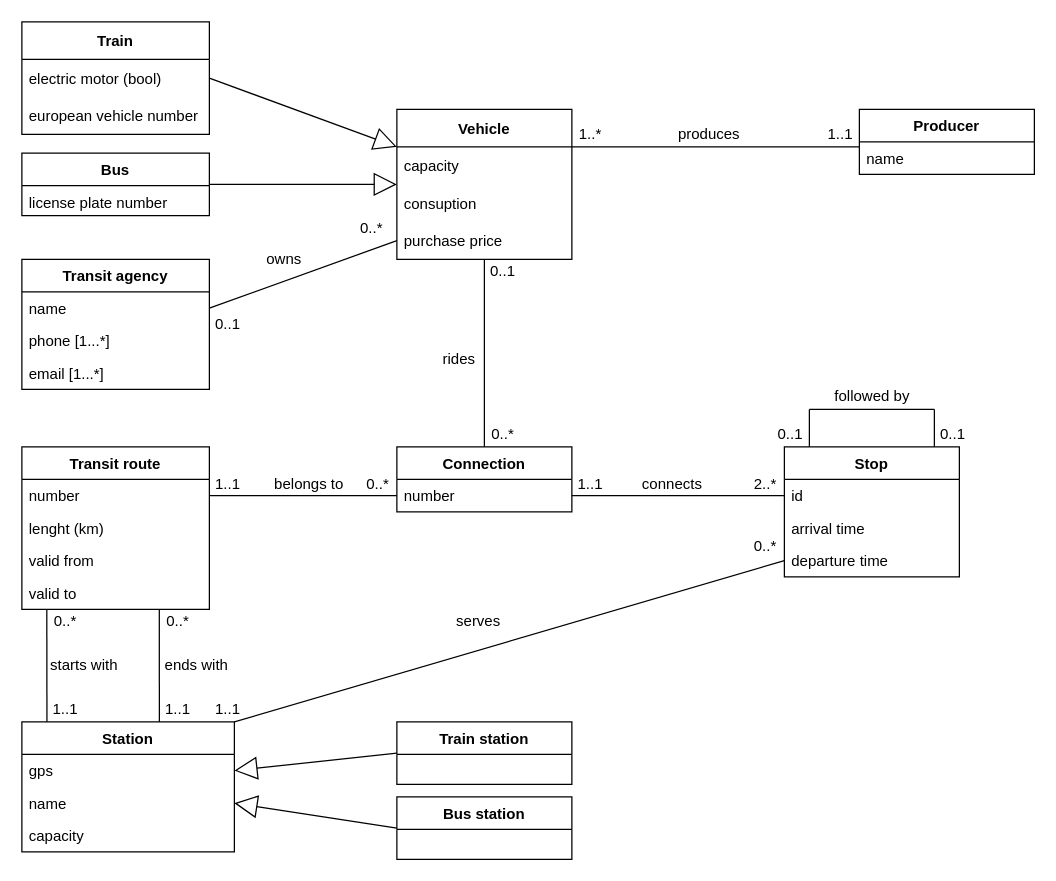
This is 1/domain.drawio from zhukovdm/T1G4, a draw.io file, before an edit. Source tidied: cells renumbered, new cells numbered last; positions are measured from the earlier drawing's top-left corner, leaving out a move shared by most shapes. Both pictures are drawn from the tidied source at 125%, with x=0, y=0 at pixel (21, 21).
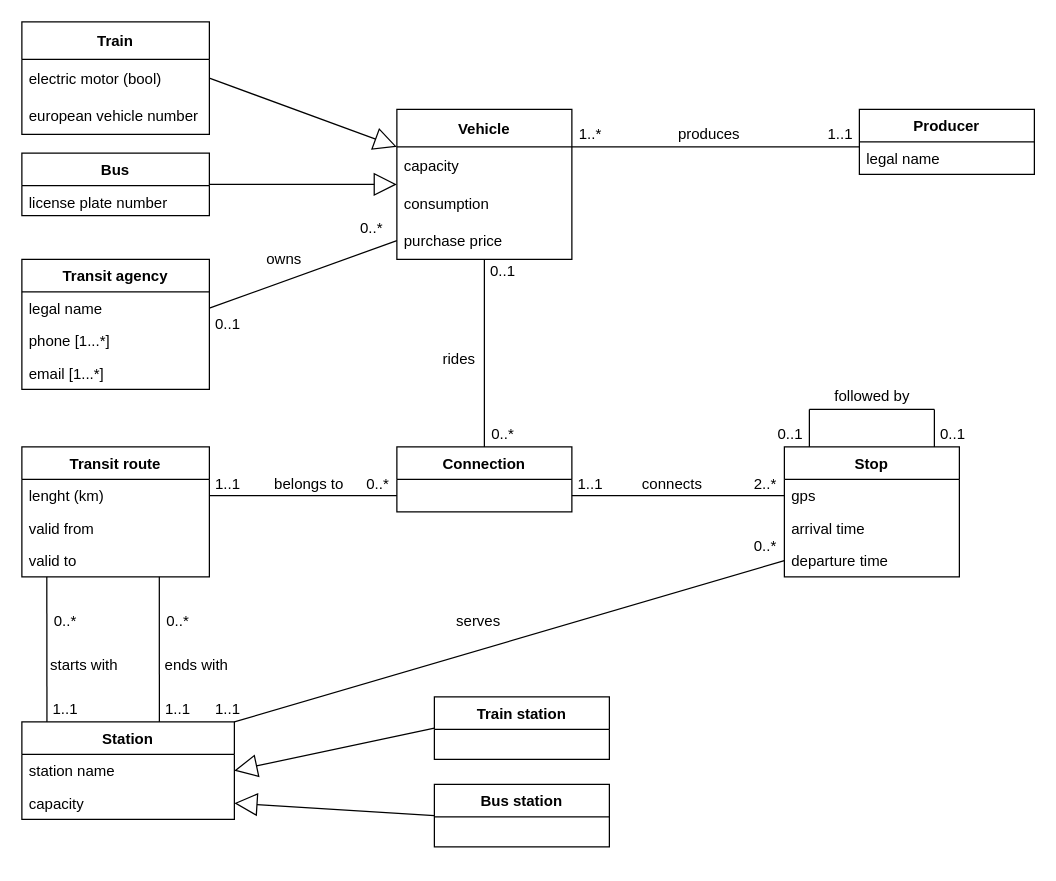
Above is the later version.

Commit message (it also covers changes not shown here):
hw1 updated diagram, ver. 01

Unchanged cells that the change refers to:
```xml
<mxCell id="2" value="Vehicle" style="swimlane;fontStyle=1;horizontal=1;startSize=30;" parent="1" vertex="1">
  <mxGeometry x="300" y="70" width="140" height="120" as="geometry" />
</mxCell>
<mxCell id="13" value="Producer" style="swimlane;fontStyle=1;horizontal=1;startSize=26;fillColor=none;" parent="1" vertex="1">
  <mxGeometry x="670" y="70" width="140" height="52" as="geometry" />
</mxCell>
<mxCell id="16" value="Transit agency" style="swimlane;fontStyle=1;horizontal=1;startSize=26;fillColor=none;" parent="1" vertex="1">
  <mxGeometry y="190" width="150" height="104" as="geometry" />
</mxCell>
<mxCell id="21" value="Connection" style="swimlane;fontStyle=1;horizontal=1;startSize=26;fillColor=none;" parent="1" vertex="1">
  <mxGeometry x="300" y="340" width="140" height="52" as="geometry" />
</mxCell>
<mxCell id="30" value="Stop" style="swimlane;fontStyle=1;horizontal=1;startSize=26;fillColor=none;" parent="1" vertex="1">
  <mxGeometry x="610" y="340" width="140" height="104" as="geometry" />
</mxCell>
```

Change to the diagram source:
```diff
@@
-    <mxCell id="4" value="consuption" style="text;strokeColor=none;fillColor=none;align=left;verticalAlign=middle;spacingLeft=4;spacingRight=4;overflow=hidden;points=[[0,0.5],[1,0.5]];portConstraint=eastwest;" parent="2" vertex="1">
+    <mxCell id="4" value="consumption" style="text;strokeColor=none;fillColor=none;align=left;verticalAlign=middle;spacingLeft=4;spacingRight=4;overflow=hidden;points=[[0,0.5],[1,0.5]];portConstraint=eastwest;" parent="2" vertex="1">
       <mxGeometry y="60" width="140" height="30" as="geometry" />
     </mxCell>
@@
-    <mxCell id="14" value="name" style="text;strokeColor=none;fillColor=none;align=left;verticalAlign=top;spacingLeft=4;spacingRight=4;overflow=hidden;" parent="13" vertex="1">
+    <mxCell id="14" value="legal name" style="text;strokeColor=none;fillColor=none;align=left;verticalAlign=top;spacingLeft=4;spacingRight=4;overflow=hidden;" parent="13" vertex="1">
       <mxGeometry y="26" width="140" height="26" as="geometry" />
     </mxCell>
@@
-    <mxCell id="17" value="name" style="text;strokeColor=none;fillColor=none;align=left;verticalAlign=top;spacingLeft=4;spacingRight=4;overflow=hidden;points=[[0,0.5],[1,0.5]];portConstraint=eastwest;" parent="16" vertex="1">
+    <mxCell id="17" value="legal name" style="text;strokeColor=none;fillColor=none;align=left;verticalAlign=top;spacingLeft=4;spacingRight=4;overflow=hidden;points=[[0,0.5],[1,0.5]];portConstraint=eastwest;" parent="16" vertex="1">
       <mxGeometry y="26" width="150" height="26" as="geometry" />
     </mxCell>
@@
-    <mxCell id="22" value="number" style="text;strokeColor=none;fillColor=none;align=left;verticalAlign=top;spacingLeft=4;spacingRight=4;overflow=hidden;points=[[0,0.5],[1,0.5]];portConstraint=eastwest;" parent="21" vertex="1">
-      <mxGeometry y="26" width="140" height="26" as="geometry" />
-    </mxCell>
@@
     <mxCell id="24" value="Transit route" style="swimlane;fontStyle=1;horizontal=1;startSize=26;fillColor=none;" parent="1" vertex="1">
-      <mxGeometry y="340" width="150" height="130" as="geometry" />
+      <mxGeometry y="340" width="150" height="104" as="geometry" />
     </mxCell>
-    <mxCell id="25" value="number" style="text;strokeColor=none;fillColor=none;align=left;verticalAlign=top;spacingLeft=4;spacingRight=4;overflow=hidden;points=[[0,0.5],[1,0.5]];portConstraint=eastwest;" parent="24" vertex="1">
-      <mxGeometry y="26" width="150" height="26" as="geometry" />
-    </mxCell>
     <mxCell id="26" value="lenght (km)" style="text;strokeColor=none;fillColor=none;align=left;verticalAlign=top;spacingLeft=4;spacingRight=4;overflow=hidden;" parent="24" vertex="1">
-      <mxGeometry y="52" width="150" height="26" as="geometry" />
+      <mxGeometry y="26" width="150" height="26" as="geometry" />
     </mxCell>
     <mxCell id="27" value="valid from" style="text;strokeColor=none;fillColor=none;align=left;verticalAlign=top;spacingLeft=4;spacingRight=4;overflow=hidden;" parent="24" vertex="1">
-      <mxGeometry y="78" width="150" height="26" as="geometry" />
+      <mxGeometry y="52" width="150" height="26" as="geometry" />
     </mxCell>
     <mxCell id="28" value="valid to" style="text;strokeColor=none;fillColor=none;align=left;verticalAlign=top;spacingLeft=4;spacingRight=4;overflow=hidden;points=[[0,0.5],[1,0.5]];portConstraint=eastwest;" parent="24" vertex="1">
-      <mxGeometry y="104" width="150" height="26" as="geometry" />
+      <mxGeometry y="78" width="150" height="26" as="geometry" />
     </mxCell>
-    <mxCell id="29" style="endArrow=none;html=1;rounded=0;entryX=1;entryY=0.5;entryDx=0;entryDy=0;exitX=0;exitY=0.5;exitDx=0;exitDy=0;" parent="1" edge="1" source="22" target="25">
-      <mxGeometry relative="1" as="geometry" />
+    <mxCell id="29" style="endArrow=none;html=1;rounded=0;entryX=1;entryY=0.5;entryDx=0;entryDy=0;exitX=0;exitY=0.5;exitDx=0;exitDy=0;" parent="1" edge="1">
+      <mxGeometry relative="1" as="geometry">
+        <mxPoint x="300" y="379" as="sourcePoint" />
+        <mxPoint x="150" y="379" as="targetPoint" />
+      </mxGeometry>
     </mxCell>
@@
-    <mxCell id="31" value="id" style="text;strokeColor=none;fillColor=none;align=left;verticalAlign=top;spacingLeft=4;spacingRight=4;overflow=hidden;points=[[0,0.5],[1,0.5]];portConstraint=eastwest;" parent="30" vertex="1">
+    <mxCell id="31" value="gps" style="text;strokeColor=none;fillColor=none;align=left;verticalAlign=top;spacingLeft=4;spacingRight=4;overflow=hidden;points=[[0,0.5],[1,0.5]];portConstraint=eastwest;" parent="30" vertex="1">
       <mxGeometry y="26" width="140" height="26" as="geometry" />
     </mxCell>
@@
     <mxCell id="35" value="Station" style="swimlane;fontStyle=1;horizontal=1;startSize=26;fillColor=none;" parent="1" vertex="1">
-      <mxGeometry y="560" width="170" height="104" as="geometry" />
+      <mxGeometry y="560" width="170" height="78" as="geometry" />
     </mxCell>
-    <mxCell id="36" value="gps" style="text;strokeColor=none;fillColor=none;align=left;verticalAlign=top;spacingLeft=4;spacingRight=4;overflow=hidden;points=[[0,0.5],[1,0.5]];portConstraint=eastwest;" parent="35" vertex="1">
-      <mxGeometry y="26" width="170" height="26" as="geometry" />
-    </mxCell>
-    <mxCell id="37" value="name" style="text;strokeColor=none;fillColor=none;align=left;verticalAlign=top;spacingLeft=4;spacingRight=4;overflow=hidden;points=[[0,0.5],[1,0.5]];portConstraint=eastwest;" parent="35" vertex="1">
-      <mxGeometry y="52" width="170" height="26" as="geometry" />
+    <mxCell id="37" value="station name" style="text;strokeColor=none;fillColor=none;align=left;verticalAlign=top;spacingLeft=4;spacingRight=4;overflow=hidden;points=[[0,0.5],[1,0.5]];portConstraint=eastwest;" parent="35" vertex="1">
+      <mxGeometry y="26" width="170" height="26" as="geometry" />
     </mxCell>
     <mxCell id="38" value="capacity" style="text;strokeColor=none;fillColor=none;align=left;verticalAlign=top;spacingLeft=4;spacingRight=4;overflow=hidden;points=[[0,0.5],[1,0.5]];portConstraint=eastwest;" parent="35" vertex="1">
-      <mxGeometry y="78" width="170" height="26" as="geometry" />
+      <mxGeometry y="52" width="170" height="26" as="geometry" />
     </mxCell>
     <mxCell id="39" value="Train station" style="swimlane;fontStyle=1;horizontal=1;startSize=26;fillColor=none;" parent="1" vertex="1">
-      <mxGeometry x="300" y="560" width="140" height="50" as="geometry" />
+      <mxGeometry x="330" y="540" width="140" height="50" as="geometry" />
     </mxCell>
-    <mxCell id="40" style="endArrow=block;endSize=16;endFill=0;html=1;rounded=0;entryX=1;entryY=0.5;entryDx=0;entryDy=0;exitX=0;exitY=0.5;exitDx=0;exitDy=0;" parent="1" edge="1" source="39" target="36">
+    <mxCell id="40" style="endArrow=block;endSize=16;endFill=0;html=1;rounded=0;exitX=0;exitY=0.5;exitDx=0;exitDy=0;entryX=1;entryY=0.5;entryDx=0;entryDy=0;" parent="1" edge="1" source="39" target="37">
       <mxGeometry relative="1" as="geometry" />
     </mxCell>
     <mxCell id="41" value="Bus station" style="swimlane;fontStyle=1;horizontal=1;startSize=26;fillColor=none;" parent="1" vertex="1">
-      <mxGeometry x="300" y="620" width="140" height="50" as="geometry" />
+      <mxGeometry x="330" y="610" width="140" height="50" as="geometry" />
     </mxCell>
-    <mxCell id="42" style="endArrow=block;endSize=16;endFill=0;html=1;rounded=0;exitX=0;exitY=0.5;exitDx=0;exitDy=0;entryX=1;entryY=0.5;entryDx=0;entryDy=0;" parent="1" edge="1" source="41" target="37">
+    <mxCell id="42" style="endArrow=block;endSize=16;endFill=0;html=1;rounded=0;exitX=0;exitY=0.5;exitDx=0;exitDy=0;entryX=1;entryY=0.5;entryDx=0;entryDy=0;" parent="1" edge="1" source="41" target="38">
       <mxGeometry relative="1" as="geometry" />
     </mxCell>
@@
-    <mxCell id="56" style="endArrow=none;html=1;rounded=0;exitX=1;exitY=0.5;exitDx=0;exitDy=0;entryX=0;entryY=0.5;entryDx=0;entryDy=0;" parent="1" edge="1" source="22" target="31">
-      <mxGeometry relative="1" as="geometry" />
+    <mxCell id="56" style="endArrow=none;html=1;rounded=0;exitX=1;exitY=0.5;exitDx=0;exitDy=0;entryX=0;entryY=0.5;entryDx=0;entryDy=0;" parent="1" edge="1" target="31">
+      <mxGeometry relative="1" as="geometry">
+        <mxPoint x="440" y="379" as="sourcePoint" />
+      </mxGeometry>
     </mxCell>
```
